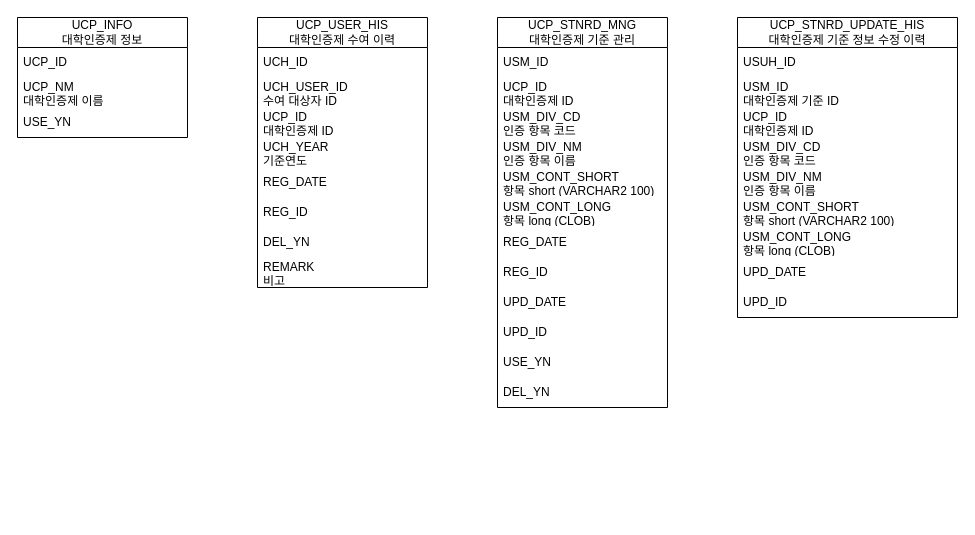
Above: page "대학인증 공통" (1 of 4) of Table Structure.drawio in HAR00N/draw.io (draw.io), before the change. Source tidied: cells renumbered, new cells numbered last; positions are measured from the earlier drawing's top-left corner, leaving out a move shared by most shapes. Both pictures are drawn from the tidied source at 100%, with x=0, y=0 at pixel (17, 17).
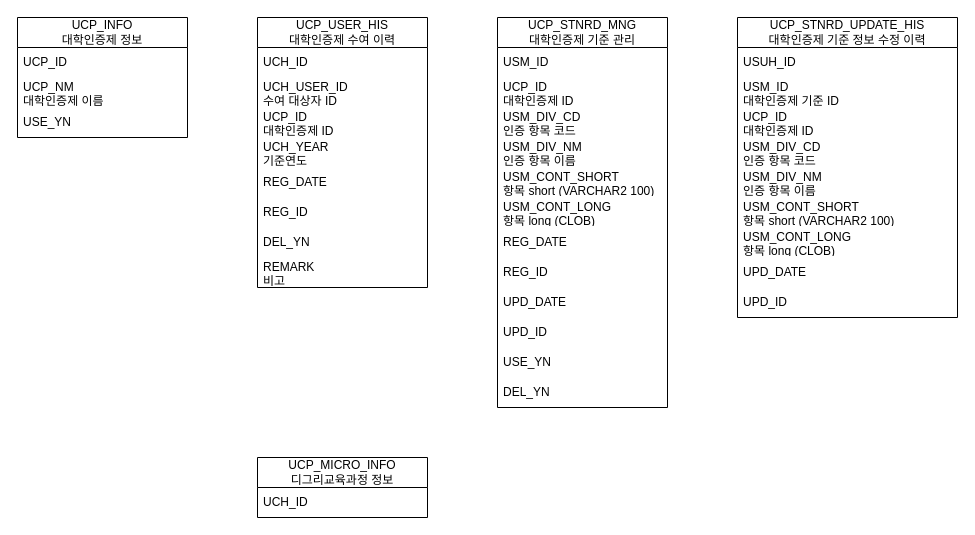
The same page after the edit.

Change to the diagram source:
```diff
@@
+    <mxCell id="38" value="&lt;div&gt;UCP_MICRO_INFO&lt;/div&gt;디그리교육과정 정보&lt;div&gt;&lt;/div&gt;" style="swimlane;fontStyle=0;horizontal=1;startSize=30;whiteSpace=wrap;html=1;" parent="1" vertex="1">
+      <mxGeometry x="240" y="440" width="170" height="60" as="geometry" />
+    </mxCell>
+    <mxCell id="39" value="UCH_ID" style="text;strokeColor=none;fillColor=none;align=left;verticalAlign=middle;spacingLeft=4;spacingRight=4;overflow=hidden;whiteSpace=wrap;html=1;" parent="38" vertex="1">
+      <mxGeometry y="30" width="170" height="30" as="geometry" />
+    </mxCell>
```
